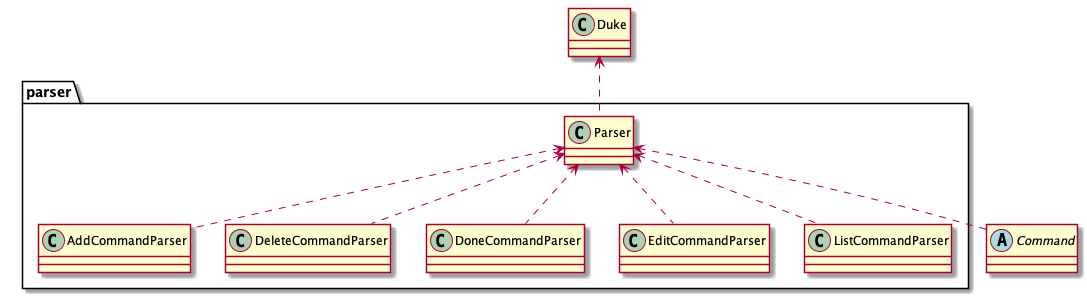
Above: docs/diagrams/ParserClassDiagram.png in wangqinNick/tp (PlantUML), before the change.
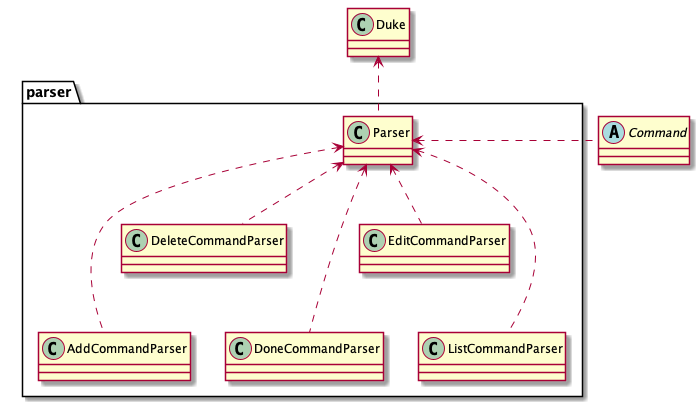
The same file after the commit.

Diff of the diagram source:
```diff
@@ -11,11 +11,11 @@
     class ListCommandParser
 }
 Duke <.. Parser
-Parser <.. Command
-Parser <.. AddCommandParser
+Parser <. Command
+Parser <... AddCommandParser
 Parser <.. DeleteCommandParser
-Parser <.. DoneCommandParser
+Parser <... DoneCommandParser
 Parser <.. EditCommandParser
-Parser <.. ListCommandParser
+Parser <... ListCommandParser
 
 @enduml
```
